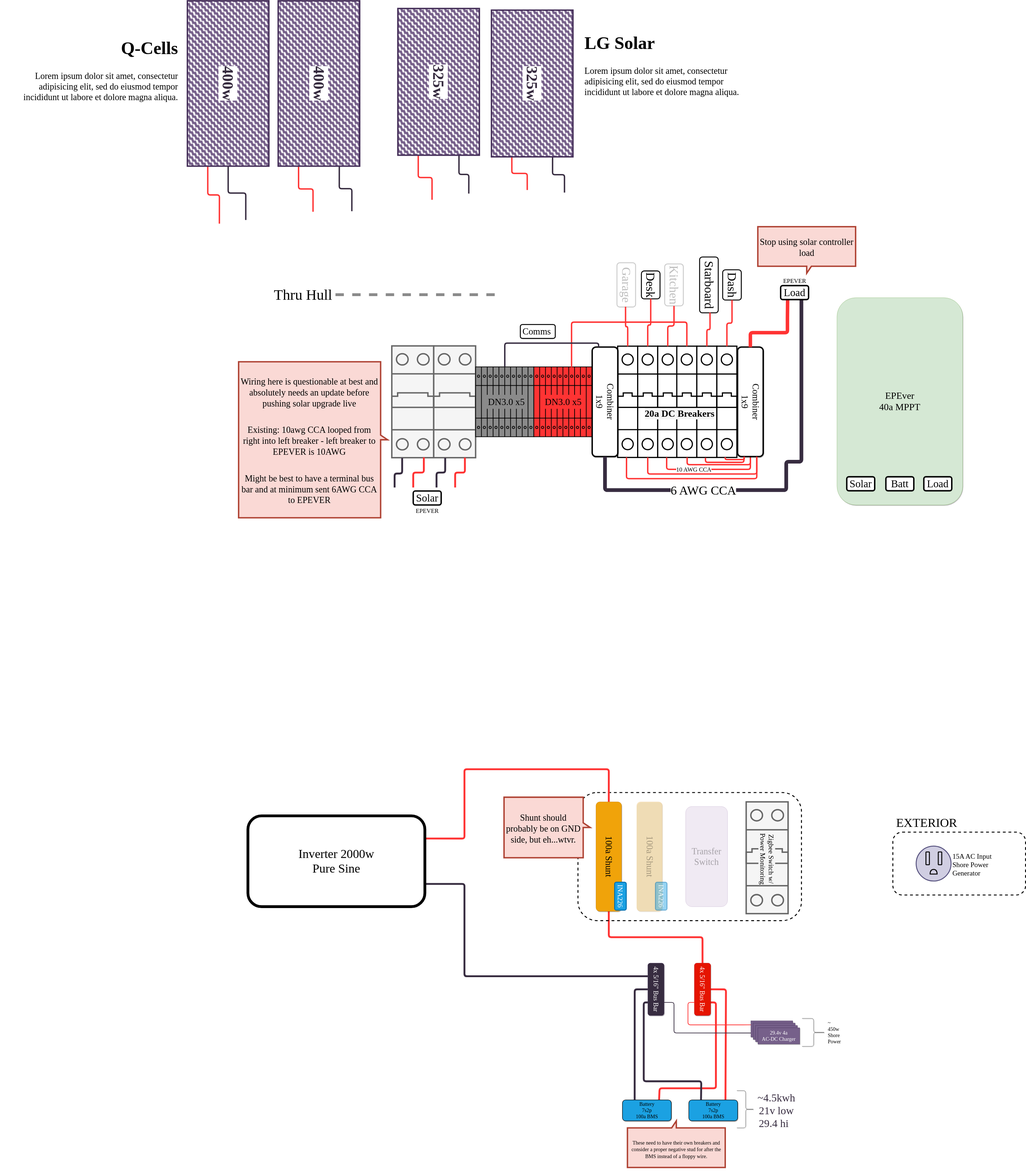
clomads/gary-bussy keeps this draw.io diagram as gary-bussy-electrical.drawio.svg. Above is the earlier version. Source tidied: cells renumbered, new cells last; positions are measured from the earlier drawing's top-left corner, leaving out a move shared by most shapes.
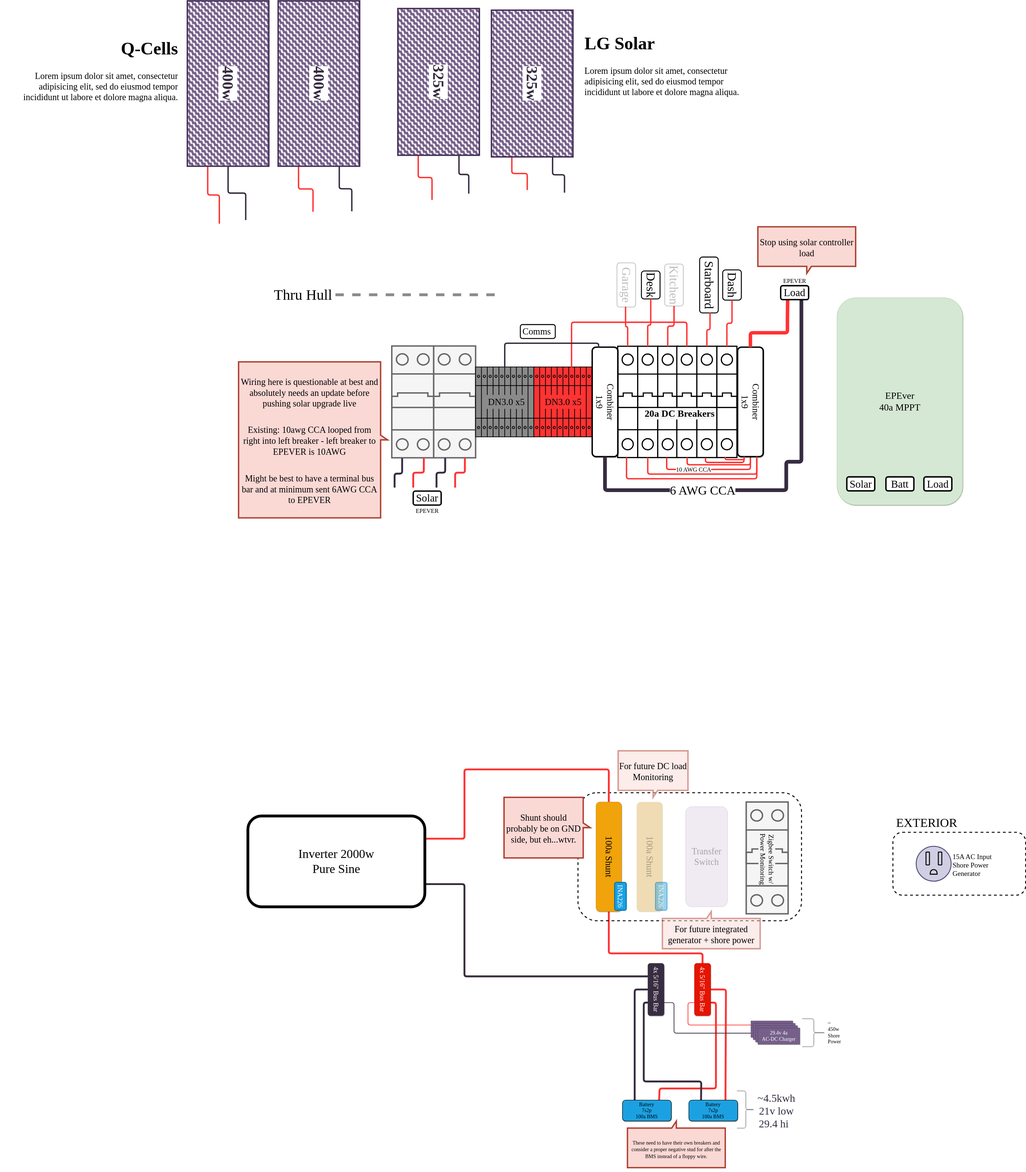
The same file after the commit.

Commit message:
notes on future items

What changed in the source:
```diff
@@ -38,7 +38,12 @@
       <mxGeometry x="2954.5" y="4624" width="210" height="90" as="geometry" />
     </mxCell>
     <mxCell id="8" style="edgeStyle=orthogonalEdgeStyle;rounded=1;jettySize=auto;html=1;exitX=0.5;exitY=1;exitDx=0;exitDy=0;entryX=1;entryY=0.5;entryDx=0;entryDy=0;fontFamily=League Spartan;fontSource=https%3A%2F%2Ffonts.googleapis.com%2Fcss%3Ffamily%3DLeague%2BSpartan;fontSize=41;endArrow=none;endFill=0;strokeColor=#FF3333;strokeWidth=8;" parent="1" edge="1" source="9" target="112">
-      <mxGeometry relative="1" as="geometry" />
+      <mxGeometry relative="1" as="geometry">
+        <Array as="points">
+          <mxPoint x="3013" y="3994" />
+          <mxPoint x="2611" y="3994" />
+        </Array>
+      </mxGeometry>
     </mxCell>
     <mxCell id="9" value="4x 5/16&quot; Bus Bar" style="rounded=1;whiteSpace=wrap;html=1;shadow=1;sketch=0;fontFamily=League Spartan;fontSource=https%3A%2F%2Ffonts.googleapis.com%2Fcss%3Ffamily%3DLeague%2BSpartan;fontSize=28;direction=south;fillColor=#e51400;strokeColor=#B20000;fontColor=#ffffff;rotation=90;" parent="1" vertex="1">
       <mxGeometry x="2901" y="4114" width="225" height="70" as="geometry" />
@@ -486,5 +491,11 @@
     <mxCell id="117" value="Transfer&lt;br style=&quot;font-size: 38px;&quot;&gt;Switch" style="rounded=1;whiteSpace=wrap;html=1;fontSize=38;fontFamily=League Spartan;fontSource=https%3A%2F%2Ffonts.googleapis.com%2Fcss%3Ffamily%3DLeague%2BSpartan;fillColor=#e1d5e7;strokeColor=#9673a6;opacity=50;textOpacity=30;" parent="1" vertex="1">
       <mxGeometry x="2941" y="3364" width="180" height="430" as="geometry" />
     </mxCell>
+    <mxCell id="118" value="&lt;p style=&quot;line-height: 55%;&quot;&gt;&lt;span style=&quot;color: rgb(0, 0, 0);&quot;&gt;&lt;font style=&quot;font-size: 38px;&quot;&gt;For future DC load Monitoring&lt;/font&gt;&lt;/span&gt;&lt;/p&gt;" style="shape=callout;whiteSpace=wrap;html=1;perimeter=calloutPerimeter;shadow=0;labelBackgroundColor=none;sketch=0;fillStyle=auto;strokeColor=#ae4132;strokeWidth=6;fontFamily=League Spartan;fontSource=https%3A%2F%2Ffonts.googleapis.com%2Fcss%3Ffamily%3DLeague%2BSpartan;fontSize=67;fillColor=#fad9d5;direction=east;opacity=50;" parent="1" vertex="1">
+      <mxGeometry x="2651" y="3124" width="300" height="200" as="geometry" />
+    </mxCell>
+    <mxCell id="119" value="&lt;p style=&quot;line-height: 55%;&quot;&gt;&lt;span style=&quot;font-size: 38px;&quot;&gt;For future integrated generator + shore power&lt;/span&gt;&lt;/p&gt;" style="shape=callout;whiteSpace=wrap;html=1;perimeter=calloutPerimeter;shadow=0;labelBackgroundColor=none;sketch=0;fillStyle=auto;strokeColor=#ae4132;strokeWidth=6;fontFamily=League Spartan;fontSource=https%3A%2F%2Ffonts.googleapis.com%2Fcss%3Ffamily%3DLeague%2BSpartan;fontSize=67;fillColor=#fad9d5;direction=west;opacity=50;base=20;" parent="1" vertex="1">
+      <mxGeometry x="2841" y="3814" width="420" height="160" as="geometry" />
+    </mxCell>
   </root>
 </mxGraphModel>
```
